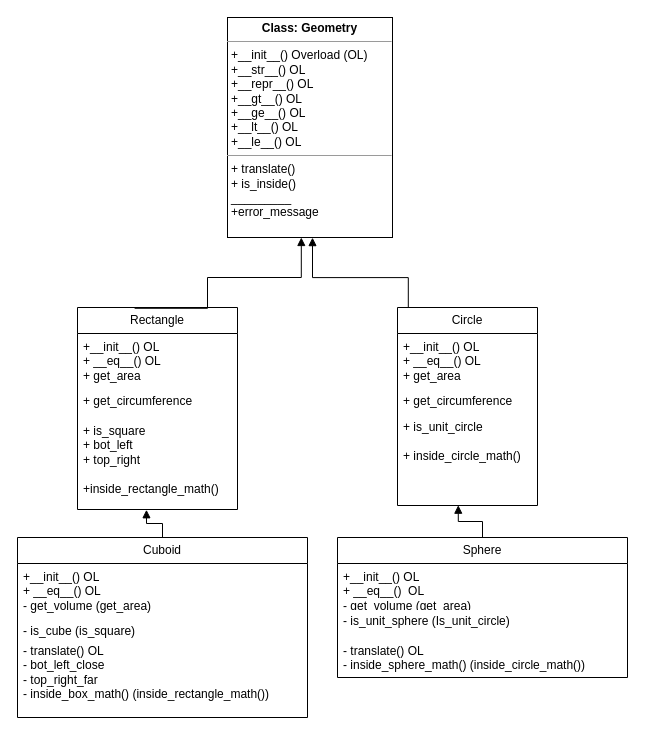
nabil0n/PythonAI23 keeps this draw.io diagram as Labs/labb3/Labb3_UML.drawio. Above is the earlier version. Source tidied: cells renumbered, new cells numbered last; positions are measured from the earlier drawing's top-left corner, leaving out a move shared by most shapes. Both pictures are drawn from the tidied source at 100%, with x=0, y=0 at pixel (17, 17).
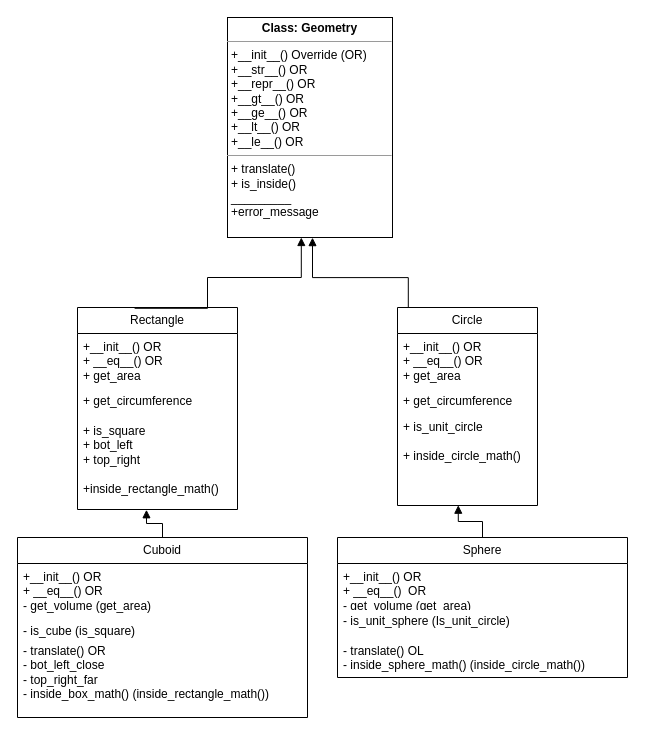
The same diagram, later.

The change refers to these unchanged cells:
```xml
<mxCell id="3" value="&lt;div&gt;Rectangle&lt;/div&gt;" style="swimlane;fontStyle=0;horizontal=1;startSize=26;fillColor=none;whiteSpace=wrap;html=1;" parent="1" vertex="1">
  <mxGeometry x="60" y="290" width="160" height="202" as="geometry" />
</mxCell>
<mxCell id="7" value="Circle" style="swimlane;fontStyle=0;horizontal=1;startSize=26;fillColor=none;whiteSpace=wrap;html=1;" parent="1" vertex="1">
  <mxGeometry x="380" y="290" width="140" height="198" as="geometry" />
</mxCell>
<mxCell id="13" value="Sphere" style="swimlane;fontStyle=0;horizontal=1;startSize=26;fillColor=none;whiteSpace=wrap;html=1;" parent="1" vertex="1">
  <mxGeometry x="320" y="520" width="290" height="140" as="geometry" />
</mxCell>
<mxCell id="17" value="Cuboid" style="swimlane;fontStyle=0;horizontal=1;startSize=26;fillColor=none;whiteSpace=wrap;html=1;" parent="1" vertex="1">
  <mxGeometry y="520" width="290" height="180" as="geometry" />
</mxCell>
```

Diff of the diagram source:
```diff
@@
-    <mxCell id="2" value="&lt;p style=&quot;margin:0px;margin-top:4px;text-align:center;&quot;&gt;&lt;b&gt;Class: Geometry&lt;br&gt;&lt;/b&gt;&lt;/p&gt;&lt;hr size=&quot;1&quot;&gt;&lt;p style=&quot;margin:0px;margin-left:4px;&quot;&gt;+__init__() Overload (OL)&lt;br&gt;&lt;/p&gt;&lt;p style=&quot;margin:0px;margin-left:4px;&quot;&gt;+__str__() OL&lt;br&gt;&lt;/p&gt;&lt;p style=&quot;margin:0px;margin-left:4px;&quot;&gt;+__repr__() OL&lt;/p&gt;&lt;p style=&quot;margin:0px;margin-left:4px;&quot;&gt;+__gt__() OL&lt;/p&gt;&lt;p style=&quot;margin:0px;margin-left:4px;&quot;&gt;+__ge__() OL&lt;/p&gt;&lt;p style=&quot;margin:0px;margin-left:4px;&quot;&gt;+__lt__() OL&lt;/p&gt;&lt;p style=&quot;margin:0px;margin-left:4px;&quot;&gt;+__le__() OL&lt;/p&gt;&lt;hr size=&quot;1&quot;&gt;&lt;p style=&quot;margin:0px;margin-left:4px;&quot;&gt;+ translate()&lt;/p&gt;&lt;p style=&quot;margin:0px;margin-left:4px;&quot;&gt;+ is_inside()&lt;/p&gt;&lt;p style=&quot;margin:0px;margin-left:4px;&quot;&gt;_________&lt;/p&gt;&lt;p style=&quot;margin:0px;margin-left:4px;&quot;&gt;+error_message&lt;br&gt;&lt;/p&gt;" style="verticalAlign=top;align=left;overflow=fill;fontSize=12;fontFamily=Helvetica;html=1;whiteSpace=wrap;" parent="1" vertex="1">
+    <mxCell id="2" value="&lt;p style=&quot;margin:0px;margin-top:4px;text-align:center;&quot;&gt;&lt;b&gt;Class: Geometry&lt;br&gt;&lt;/b&gt;&lt;/p&gt;&lt;hr size=&quot;1&quot;&gt;&lt;p style=&quot;margin:0px;margin-left:4px;&quot;&gt;+__init__() Override (OR)&lt;br&gt;&lt;/p&gt;&lt;p style=&quot;margin:0px;margin-left:4px;&quot;&gt;+__str__() OR&lt;br&gt;&lt;/p&gt;&lt;p style=&quot;margin:0px;margin-left:4px;&quot;&gt;+__repr__() OR&lt;/p&gt;&lt;p style=&quot;margin:0px;margin-left:4px;&quot;&gt;+__gt__() OR&lt;/p&gt;&lt;p style=&quot;margin:0px;margin-left:4px;&quot;&gt;+__ge__() OR&lt;/p&gt;&lt;p style=&quot;margin:0px;margin-left:4px;&quot;&gt;+__lt__() OR&lt;/p&gt;&lt;p style=&quot;margin:0px;margin-left:4px;&quot;&gt;+__le__() OR&lt;/p&gt;&lt;hr size=&quot;1&quot;&gt;&lt;p style=&quot;margin:0px;margin-left:4px;&quot;&gt;+ translate()&lt;/p&gt;&lt;p style=&quot;margin:0px;margin-left:4px;&quot;&gt;+ is_inside()&lt;/p&gt;&lt;p style=&quot;margin:0px;margin-left:4px;&quot;&gt;_________&lt;/p&gt;&lt;p style=&quot;margin:0px;margin-left:4px;&quot;&gt;+error_message&lt;br&gt;&lt;/p&gt;" style="verticalAlign=top;align=left;overflow=fill;fontSize=12;fontFamily=Helvetica;html=1;whiteSpace=wrap;" parent="1" vertex="1">
       <mxGeometry x="210" width="165" height="220" as="geometry" />
     </mxCell>
@@
-    <mxCell id="4" value="&lt;div&gt;+__init__() OL&lt;/div&gt;&lt;div&gt;+ __eq__() OL&lt;/div&gt;&lt;div&gt;+ get_area&lt;br&gt;&lt;/div&gt;" style="text;strokeColor=none;fillColor=none;align=left;verticalAlign=top;spacingLeft=4;spacingRight=4;overflow=hidden;whiteSpace=wrap;html=1;" parent="3" vertex="1">
+    <mxCell id="4" value="&lt;div&gt;+__init__() OR&lt;/div&gt;&lt;div&gt;+ __eq__() OR&lt;/div&gt;&lt;div&gt;+ get_area&lt;br&gt;&lt;/div&gt;" style="text;strokeColor=none;fillColor=none;align=left;verticalAlign=top;spacingLeft=4;spacingRight=4;overflow=hidden;whiteSpace=wrap;html=1;" parent="3" vertex="1">
       <mxGeometry y="26" width="160" height="54" as="geometry" />
     </mxCell>
@@
-    <mxCell id="8" value="+__init__() OL&lt;div&gt;+ __eq__() OL&lt;/div&gt;&lt;div&gt;+ get_area&lt;br&gt;&lt;/div&gt;" style="text;strokeColor=none;fillColor=none;align=left;verticalAlign=top;spacingLeft=4;spacingRight=4;overflow=hidden;whiteSpace=wrap;html=1;" parent="7" vertex="1">
+    <mxCell id="8" value="+__init__() OR&lt;div&gt;+ __eq__() OR&lt;/div&gt;&lt;div&gt;+ get_area&lt;br&gt;&lt;/div&gt;" style="text;strokeColor=none;fillColor=none;align=left;verticalAlign=top;spacingLeft=4;spacingRight=4;overflow=hidden;whiteSpace=wrap;html=1;" parent="7" vertex="1">
       <mxGeometry y="26" width="140" height="54" as="geometry" />
     </mxCell>
@@
-    <mxCell id="14" value="&lt;div style=&quot;&quot;&gt;+__init__() OL&lt;/div&gt;&lt;div style=&quot;&quot;&gt;+ __eq__()&amp;nbsp; OL&lt;/div&gt;&lt;div&gt;- get_volume (get_area)&lt;br&gt;&lt;/div&gt;" style="text;strokeColor=none;fillColor=none;align=left;verticalAlign=top;spacingLeft=4;spacingRight=4;overflow=hidden;whiteSpace=wrap;html=1;" parent="13" vertex="1">
+    <mxCell id="14" value="&lt;div style=&quot;&quot;&gt;+__init__() OR&lt;/div&gt;&lt;div style=&quot;&quot;&gt;+ __eq__()&amp;nbsp; OR&lt;/div&gt;&lt;div&gt;- get_volume (get_area)&lt;br&gt;&lt;/div&gt;" style="text;strokeColor=none;fillColor=none;align=left;verticalAlign=top;spacingLeft=4;spacingRight=4;overflow=hidden;whiteSpace=wrap;html=1;" parent="13" vertex="1">
       <mxGeometry y="26" width="290" height="44" as="geometry" />
     </mxCell>
@@
-    <mxCell id="18" value="&lt;div&gt;+__init__() OL&lt;/div&gt;&lt;div&gt;+ __eq__() OL&lt;/div&gt;&lt;div&gt;- get_volume (get_area)&lt;br&gt;&lt;/div&gt;" style="text;strokeColor=none;fillColor=none;align=left;verticalAlign=top;spacingLeft=4;spacingRight=4;overflow=hidden;whiteSpace=wrap;html=1;" parent="17" vertex="1">
+    <mxCell id="18" value="&lt;div&gt;+__init__() OR&lt;/div&gt;&lt;div&gt;+ __eq__() OR&lt;/div&gt;&lt;div&gt;- get_volume (get_area)&lt;br&gt;&lt;/div&gt;" style="text;strokeColor=none;fillColor=none;align=left;verticalAlign=top;spacingLeft=4;spacingRight=4;overflow=hidden;whiteSpace=wrap;html=1;" parent="17" vertex="1">
       <mxGeometry y="26" width="290" height="54" as="geometry" />
     </mxCell>
@@
-    <mxCell id="20" value="&lt;div&gt;- translate() OL&lt;/div&gt;&lt;div&gt;- bot_left_close&lt;/div&gt;&lt;div&gt;- top_right_far&lt;/div&gt;&lt;div&gt;- inside_box_math() (inside_rectangle_math())&lt;br&gt;&lt;/div&gt;" style="text;strokeColor=none;fillColor=none;align=left;verticalAlign=top;spacingLeft=4;spacingRight=4;overflow=hidden;whiteSpace=wrap;html=1;" parent="17" vertex="1">
+    <mxCell id="20" value="&lt;div&gt;- translate() OR&lt;/div&gt;&lt;div&gt;- bot_left_close&lt;/div&gt;&lt;div&gt;- top_right_far&lt;/div&gt;&lt;div&gt;- inside_box_math() (inside_rectangle_math())&lt;br&gt;&lt;/div&gt;" style="text;strokeColor=none;fillColor=none;align=left;verticalAlign=top;spacingLeft=4;spacingRight=4;overflow=hidden;whiteSpace=wrap;html=1;" parent="17" vertex="1">
       <mxGeometry y="100" width="290" height="80" as="geometry" />
     </mxCell>
```
